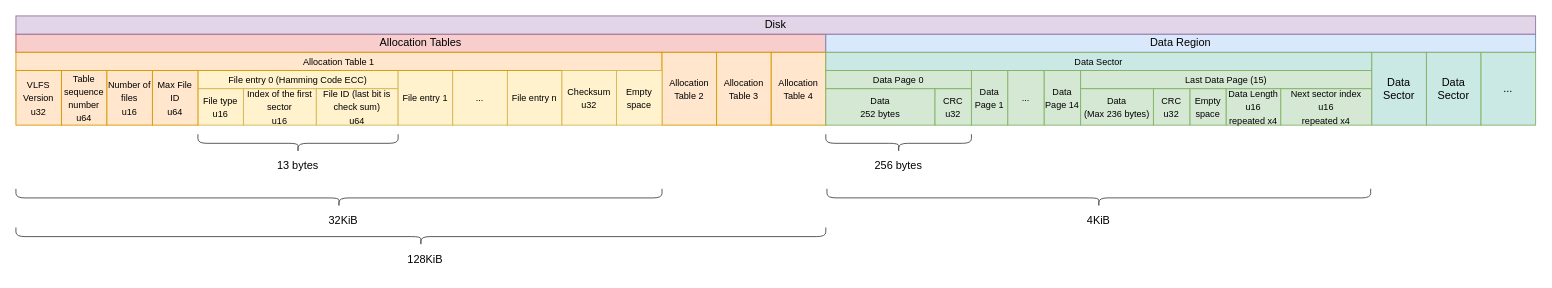
This is vlfs/layout.drawio from McMaster-Rocketry-Team/rust-monorepo, a draw.io file, before an edit. Source tidied: cells renumbered, new cells numbered last; positions are measured from the earlier drawing's top-left corner, leaving out a move shared by most shapes. Both pictures are drawn from the tidied source at 91%, with x=0, y=0 at pixel (15, -168).
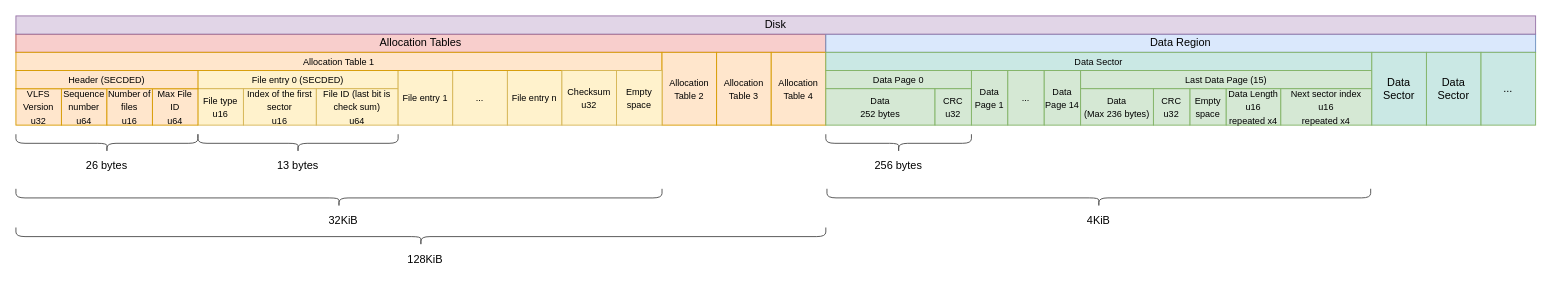
After the change.

Commit message (it also covers changes not shown here):
allocation table header crc

What changed in the source:
```diff
@@
     <mxCell id="4" value="&lt;font style=&quot;font-size: 10px;&quot;&gt;VLFS Version&lt;br&gt;u32&lt;br&gt;&lt;/font&gt;" style="rounded=0;whiteSpace=wrap;html=1;fillColor=#ffe6cc;strokeColor=#d79b00;" parent="1" vertex="1">
-      <mxGeometry y="262" width="50" height="60" as="geometry" />
+      <mxGeometry y="282" width="50" height="40" as="geometry" />
     </mxCell>
-    <mxCell id="5" value="&lt;font style=&quot;font-size: 10px;&quot;&gt;Table sequence number&lt;br&gt;u64&lt;br&gt;&lt;/font&gt;" style="rounded=0;whiteSpace=wrap;html=1;fillColor=#ffe6cc;strokeColor=#d79b00;" parent="1" vertex="1">
-      <mxGeometry x="50" y="262" width="50" height="60" as="geometry" />
+    <mxCell id="5" value="&lt;font style=&quot;font-size: 10px;&quot;&gt;Sequence number&lt;br&gt;u64&lt;br&gt;&lt;/font&gt;" style="rounded=0;whiteSpace=wrap;html=1;fillColor=#ffe6cc;strokeColor=#d79b00;" parent="1" vertex="1">
+      <mxGeometry x="50" y="282" width="50" height="40" as="geometry" />
     </mxCell>
     <mxCell id="6" value="&lt;font style=&quot;font-size: 10px;&quot;&gt;Number of files&lt;br&gt;u16&lt;br&gt;&lt;/font&gt;" style="rounded=0;whiteSpace=wrap;html=1;fillColor=#ffe6cc;strokeColor=#d79b00;" parent="1" vertex="1">
-      <mxGeometry x="100" y="262" width="50" height="60" as="geometry" />
+      <mxGeometry x="100" y="282" width="50" height="40" as="geometry" />
     </mxCell>
-    <mxCell id="7" value="&lt;font style=&quot;font-size: 10px;&quot;&gt;File entry 0 (Hamming Code ECC)&lt;br&gt;&lt;/font&gt;" style="rounded=0;whiteSpace=wrap;html=1;fillColor=#fff2cc;strokeColor=#d6b656;" parent="1" vertex="1">
+    <mxCell id="7" value="&lt;font style=&quot;font-size: 10px;&quot;&gt;File entry 0 (SECDED)&lt;br&gt;&lt;/font&gt;" style="rounded=0;whiteSpace=wrap;html=1;fillColor=#fff2cc;strokeColor=#d6b656;" parent="1" vertex="1">
       <mxGeometry x="200" y="262" width="220" height="20" as="geometry" />
     </mxCell>
@@
     <mxCell id="45" value="&lt;font style=&quot;font-size: 10px;&quot;&gt;Max File ID&lt;br&gt;u64&lt;br&gt;&lt;/font&gt;" style="rounded=0;whiteSpace=wrap;html=1;fillColor=#ffe6cc;strokeColor=#d79b00;" parent="1" vertex="1">
-      <mxGeometry x="150" y="262" width="50" height="60" as="geometry" />
+      <mxGeometry x="150" y="282" width="50" height="40" as="geometry" />
     </mxCell>
@@
+    <mxCell id="48" value="&lt;font style=&quot;font-size: 10px;&quot;&gt;Header (SECDED)&lt;br&gt;&lt;/font&gt;" style="rounded=0;whiteSpace=wrap;html=1;fillColor=#ffe6cc;strokeColor=#d79b00;" parent="1" vertex="1">
+      <mxGeometry y="262" width="200" height="20" as="geometry" />
+    </mxCell>
+    <mxCell id="49" style="shape=curlyBracket;whiteSpace=wrap;html=1;rounded=1;flipH=1;labelPosition=right;verticalLabelPosition=middle;align=left;verticalAlign=middle;strokeColor=#4D4D4D;fontFamily=Helvetica;fontSize=12;fontColor=default;fillColor=#ffe6cc;rotation=90;" parent="1" vertex="1">
+      <mxGeometry x="90" y="242" width="20" height="200" as="geometry" />
+    </mxCell>
+    <mxCell id="50" value="26 bytes" style="text;html=1;strokeColor=none;fillColor=none;align=center;verticalAlign=middle;whiteSpace=wrap;rounded=0;fontSize=12;fontFamily=Helvetica;fontColor=default;" parent="1" vertex="1">
+      <mxGeometry x="70" y="352" width="60" height="30" as="geometry" />
+    </mxCell>
```
